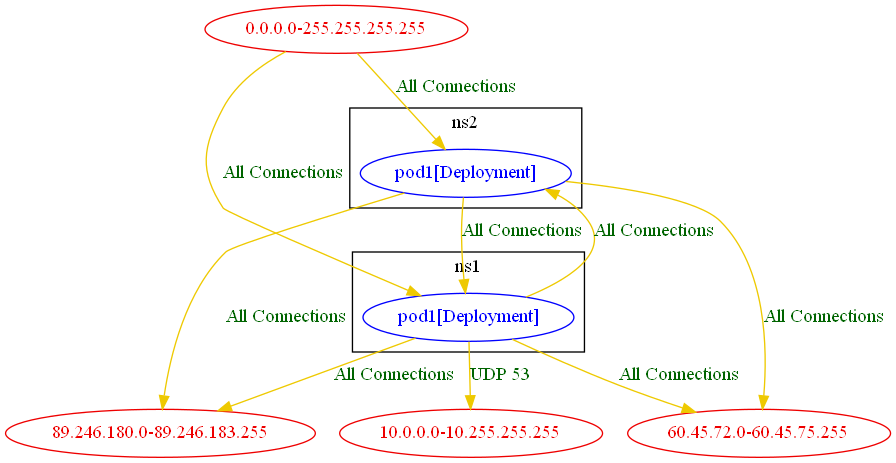
Earlier version of the Graphviz export test_outputs/connlist/anp_and_banp_using_networks_test_connlist_output.dot.png (np-guard/netpol-analyzer). Its source is kept beside it as test_outputs/connlist/anp_and_banp_using_networks_test_connlist_output.dot.
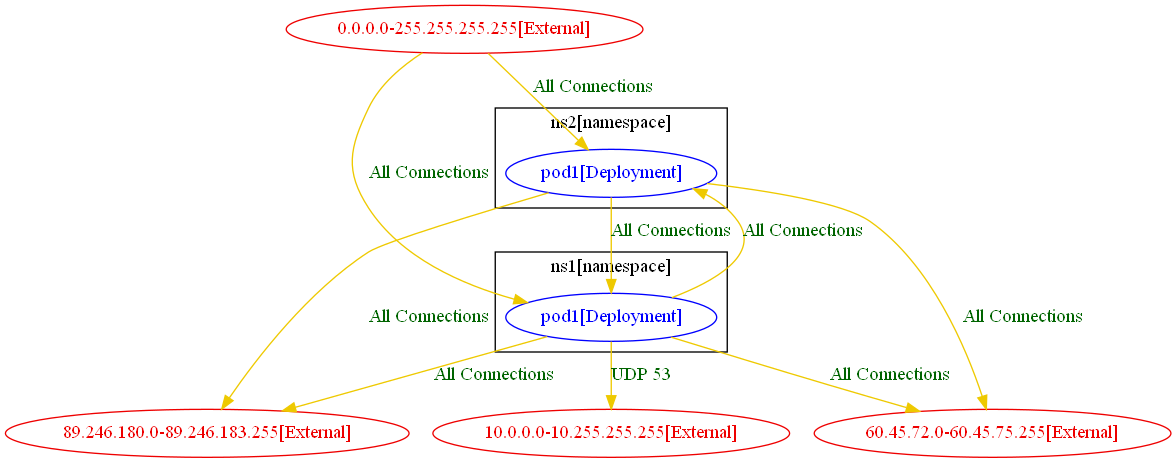
After the commit.

Change to the diagram source:
```diff
@@ -1,27 +1,27 @@
 digraph {
-	subgraph "cluster_ns1" {
+	subgraph "cluster_ns1[namespace]" {
 		color="black"
 		fontcolor="black"
 		"ns1/pod1[Deployment]" [label="pod1[Deployment]" color="blue" fontcolor="blue"]
-		label="ns1"
+		label="ns1[namespace]"
 	}
-	subgraph "cluster_ns2" {
+	subgraph "cluster_ns2[namespace]" {
 		color="black"
 		fontcolor="black"
 		"ns2/pod1[Deployment]" [label="pod1[Deployment]" color="blue" fontcolor="blue"]
-		label="ns2"
+		label="ns2[namespace]"
 	}
-	"0.0.0.0-255.255.255.255" [label="0.0.0.0-255.255.255.255" color="red2" fontcolor="red2"]
-	"10.0.0.0-10.255.255.255" [label="10.0.0.0-10.255.255.255" color="red2" fontcolor="red2"]
-	"60.45.72.0-60.45.75.255" [label="60.45.72.0-60.45.75.255" color="red2" fontcolor="red2"]
-	"89.246.180.0-89.246.183.255" [label="89.246.180.0-89.246.183.255" color="red2" fontcolor="red2"]
-	"0.0.0.0-255.255.255.255" -> "ns1/pod1[Deployment]" [label="All Connections" color="gold2" fontcolor="darkgreen" weight=0.5]
-	"0.0.0.0-255.255.255.255" -> "ns2/pod1[Deployment]" [label="All Connections" color="gold2" fontcolor="darkgreen" weight=0.5]
-	"ns1/pod1[Deployment]" -> "10.0.0.0-10.255.255.255" [label="UDP 53" color="gold2" fontcolor="darkgreen" weight=1]
-	"ns1/pod1[Deployment]" -> "60.45.72.0-60.45.75.255" [label="All Connections" color="gold2" fontcolor="darkgreen" weight=1]
-	"ns1/pod1[Deployment]" -> "89.246.180.0-89.246.183.255" [label="All Connections" color="gold2" fontcolor="darkgreen" weight=1]
+	"0.0.0.0-255.255.255.255[External]" [label="0.0.0.0-255.255.255.255[External]" color="red2" fontcolor="red2"]
+	"10.0.0.0-10.255.255.255[External]" [label="10.0.0.0-10.255.255.255[External]" color="red2" fontcolor="red2"]
+	"60.45.72.0-60.45.75.255[External]" [label="60.45.72.0-60.45.75.255[External]" color="red2" fontcolor="red2"]
+	"89.246.180.0-89.246.183.255[External]" [label="89.246.180.0-89.246.183.255[External]" color="red2" fontcolor="red2"]
+	"0.0.0.0-255.255.255.255[External]" -> "ns1/pod1[Deployment]" [label="All Connections" color="gold2" fontcolor="darkgreen" weight=0.5]
+	"0.0.0.0-255.255.255.255[External]" -> "ns2/pod1[Deployment]" [label="All Connections" color="gold2" fontcolor="darkgreen" weight=0.5]
+	"ns1/pod1[Deployment]" -> "10.0.0.0-10.255.255.255[External]" [label="UDP 53" color="gold2" fontcolor="darkgreen" weight=1]
+	"ns1/pod1[Deployment]" -> "60.45.72.0-60.45.75.255[External]" [label="All Connections" color="gold2" fontcolor="darkgreen" weight=1]
+	"ns1/pod1[Deployment]" -> "89.246.180.0-89.246.183.255[External]" [label="All Connections" color="gold2" fontcolor="darkgreen" weight=1]
 	"ns1/pod1[Deployment]" -> "ns2/pod1[Deployment]" [label="All Connections" color="gold2" fontcolor="darkgreen" weight=0.5]
-	"ns2/pod1[Deployment]" -> "60.45.72.0-60.45.75.255" [label="All Connections" color="gold2" fontcolor="darkgreen" weight=1]
-	"ns2/pod1[Deployment]" -> "89.246.180.0-89.246.183.255" [label="All Connections" color="gold2" fontcolor="darkgreen" weight=1]
+	"ns2/pod1[Deployment]" -> "60.45.72.0-60.45.75.255[External]" [label="All Connections" color="gold2" fontcolor="darkgreen" weight=1]
+	"ns2/pod1[Deployment]" -> "89.246.180.0-89.246.183.255[External]" [label="All Connections" color="gold2" fontcolor="darkgreen" weight=1]
 	"ns2/pod1[Deployment]" -> "ns1/pod1[Deployment]" [label="All Connections" color="gold2" fontcolor="darkgreen" weight=1]
 }
```
